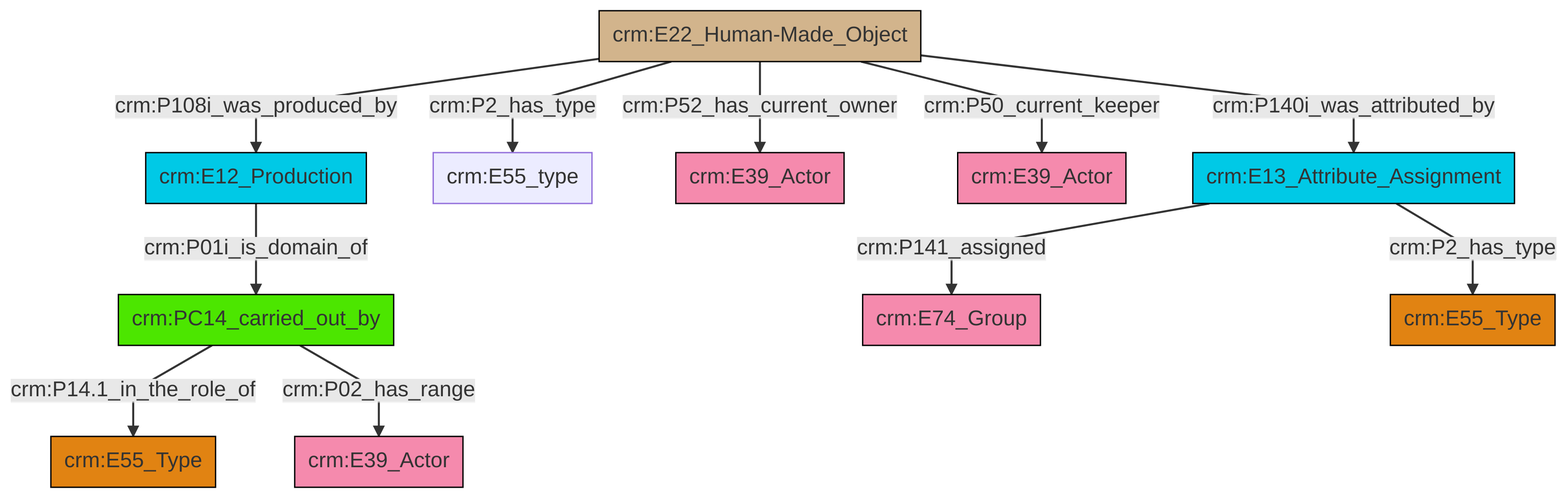
Earlier version of the Mermaid export et/artworkCSV/ttl/mmd/png/Artwork_Actor_Relations.png (swiss-art-research-net/docs.swissartresearch). Its source is kept beside it as et/artworkCSV/ttl/mmd/Artwork_Actor_Relations.ttl.mmd. Its diagram source:
```mermaid
graph TD
classDef Literal fill:#f2f2f2,stroke:#000000;
classDef CRM_Entity fill:#FFFFFF,stroke:#000000;
classDef Temporal_Entity fill:#00C9E6, stroke:#000000;
classDef Type fill:#E18312, stroke:#000000;
classDef Time-Span fill:#2C9C91, stroke:#000000;
classDef Appellation fill:#FFEB7F, stroke:#000000;
classDef Place fill:#008836, stroke:#000000;
classDef Persistent_Item fill:#B266B2, stroke:#000000;
classDef Conceptual_Object fill:#FFD700, stroke:#000000;
classDef Physical_Thing fill:#D2B48C, stroke:#000000;
classDef Actor fill:#f58aad, stroke:#000000;
classDef PC_Classes fill:#4ce600, stroke:#000000;
classDef Multi fill:#cccccc,stroke:#000000;

0["crm:E22_Human-Made_Object"]:::Physical_Thing -->|crm:P108i_was_produced_by| 1["crm:E12_Production"]:::Temporal_Entity
0["crm:E22_Human-Made_Object"]:::Physical_Thing -->|crm:P2_has_type| 2["crm:E55_type"]:::Default
1["crm:E12_Production"]:::Temporal_Entity -->|crm:P01i_is_domain_of| 3["crm:PC14_carried_out_by"]:::PC_Classes
0["crm:E22_Human-Made_Object"]:::Physical_Thing -->|crm:P52_has_current_owner| 4["crm:E39_Actor"]:::Actor
10["crm:E13_Attribute_Assignment"]:::Temporal_Entity -->|crm:P2_has_type| 11["crm:E55_Type"]:::Type
0["crm:E22_Human-Made_Object"]:::Physical_Thing -->|crm:P140i_was_attributed_by| 10["crm:E13_Attribute_Assignment"]:::Temporal_Entity
0["crm:E22_Human-Made_Object"]:::Physical_Thing -->|crm:P50_current_keeper| 5["crm:E39_Actor"]:::Actor
10["crm:E13_Attribute_Assignment"]:::Temporal_Entity -->|crm:P141_assigned| 8["crm:E74_Group"]:::Actor
3["crm:PC14_carried_out_by"]:::PC_Classes -->|crm:P14.1_in_the_role_of| 14["crm:E55_Type"]:::Type
3["crm:PC14_carried_out_by"]:::PC_Classes -->|crm:P02_has_range| 18["crm:E39_Actor"]:::Actor
```
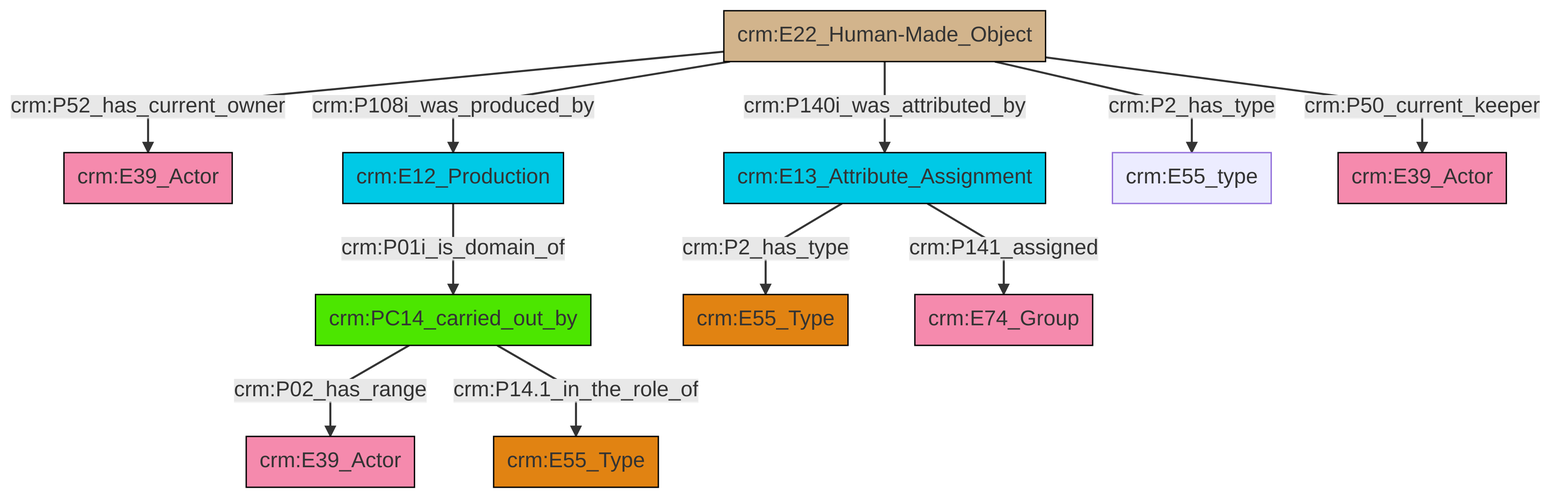
The same diagram one commit later.

Diff of the diagram source:
```diff
@@ -13,13 +13,13 @@
 classDef PC_Classes fill:#4ce600, stroke:#000000;
 classDef Multi fill:#cccccc,stroke:#000000;
 
-0["crm:E22_Human-Made_Object"]:::Physical_Thing -->|crm:P108i_was_produced_by| 1["crm:E12_Production"]:::Temporal_Entity
-0["crm:E22_Human-Made_Object"]:::Physical_Thing -->|crm:P2_has_type| 2["crm:E55_type"]:::Default
-1["crm:E12_Production"]:::Temporal_Entity -->|crm:P01i_is_domain_of| 3["crm:PC14_carried_out_by"]:::PC_Classes
-0["crm:E22_Human-Made_Object"]:::Physical_Thing -->|crm:P52_has_current_owner| 4["crm:E39_Actor"]:::Actor
-10["crm:E13_Attribute_Assignment"]:::Temporal_Entity -->|crm:P2_has_type| 11["crm:E55_Type"]:::Type
-0["crm:E22_Human-Made_Object"]:::Physical_Thing -->|crm:P140i_was_attributed_by| 10["crm:E13_Attribute_Assignment"]:::Temporal_Entity
-0["crm:E22_Human-Made_Object"]:::Physical_Thing -->|crm:P50_current_keeper| 5["crm:E39_Actor"]:::Actor
-10["crm:E13_Attribute_Assignment"]:::Temporal_Entity -->|crm:P141_assigned| 8["crm:E74_Group"]:::Actor
-3["crm:PC14_carried_out_by"]:::PC_Classes -->|crm:P14.1_in_the_role_of| 14["crm:E55_Type"]:::Type
-3["crm:PC14_carried_out_by"]:::PC_Classes -->|crm:P02_has_range| 18["crm:E39_Actor"]:::Actor
+2["crm:PC14_carried_out_by"]:::PC_Classes -->|crm:P02_has_range| 0["crm:E39_Actor"]:::Actor
+11["crm:E12_Production"]:::Temporal_Entity -->|crm:P01i_is_domain_of| 2["crm:PC14_carried_out_by"]:::PC_Classes
+2["crm:PC14_carried_out_by"]:::PC_Classes -->|crm:P14.1_in_the_role_of| 7["crm:E55_Type"]:::Type
+12["crm:E22_Human-Made_Object"]:::Physical_Thing -->|crm:P108i_was_produced_by| 11["crm:E12_Production"]:::Temporal_Entity
+12["crm:E22_Human-Made_Object"]:::Physical_Thing -->|crm:P2_has_type| 16["crm:E55_type"]:::Default
+13["crm:E13_Attribute_Assignment"]:::Temporal_Entity -->|crm:P2_has_type| 4["crm:E55_Type"]:::Type
+12["crm:E22_Human-Made_Object"]:::Physical_Thing -->|crm:P140i_was_attributed_by| 13["crm:E13_Attribute_Assignment"]:::Temporal_Entity
+12["crm:E22_Human-Made_Object"]:::Physical_Thing -->|crm:P50_current_keeper| 17["crm:E39_Actor"]:::Actor
+12["crm:E22_Human-Made_Object"]:::Physical_Thing -->|crm:P52_has_current_owner| 9["crm:E39_Actor"]:::Actor
+13["crm:E13_Attribute_Assignment"]:::Temporal_Entity -->|crm:P141_assigned| 20["crm:E74_Group"]:::Actor
```
